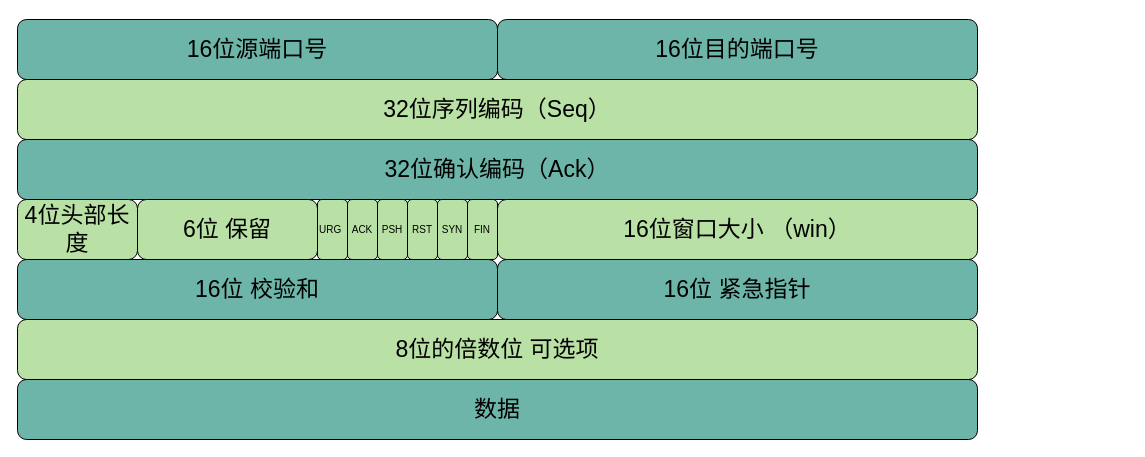
The draw.io diagram network/tcp报头.drawio in xiaobaiTech/image, before the edit. Source tidied: cells renumbered, new cells numbered last; positions are measured from the earlier drawing's top-left corner, leaving out a move shared by most shapes. Both pictures are drawn from the tidied source at 100%, with x=0, y=0 at pixel (17, 19).
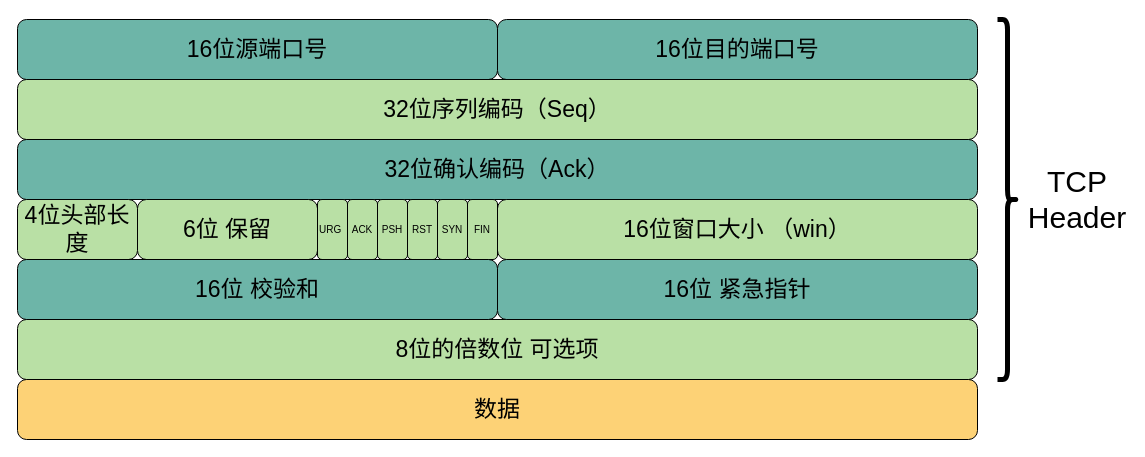
Above is the later version.

Change to the diagram source:
```diff
@@
-    <mxCell id="7" value="&lt;font style=&quot;font-size: 23px;&quot;&gt;数据&lt;/font&gt;" style="rounded=1;whiteSpace=wrap;html=1;fontSize=23;fillColor=#6DB5A8;" parent="1" vertex="1">
+    <mxCell id="7" value="&lt;font style=&quot;font-size: 23px;&quot;&gt;数据&lt;/font&gt;" style="rounded=1;whiteSpace=wrap;html=1;fontSize=23;fillColor=#FDD276;" parent="1" vertex="1">
       <mxGeometry y="360" width="960" height="60" as="geometry" />
     </mxCell>
@@
+    <mxCell id="19" style="shape=curlyBracket;whiteSpace=wrap;html=1;rounded=1;fillColor=#FDD276;fontSize=10;direction=west;strokeWidth=5;" parent="1" vertex="1">
+      <mxGeometry x="980" width="20" height="360" as="geometry" />
+    </mxCell>
+    <mxCell id="20" value="&lt;font style=&quot;font-size: 30px&quot;&gt;TCP Header&lt;/font&gt;" style="text;html=1;strokeColor=none;fillColor=none;align=center;verticalAlign=middle;whiteSpace=wrap;rounded=0;fontSize=10;" parent="1" vertex="1">
+      <mxGeometry x="1010" y="140" width="100" height="80" as="geometry" />
+    </mxCell>
```
